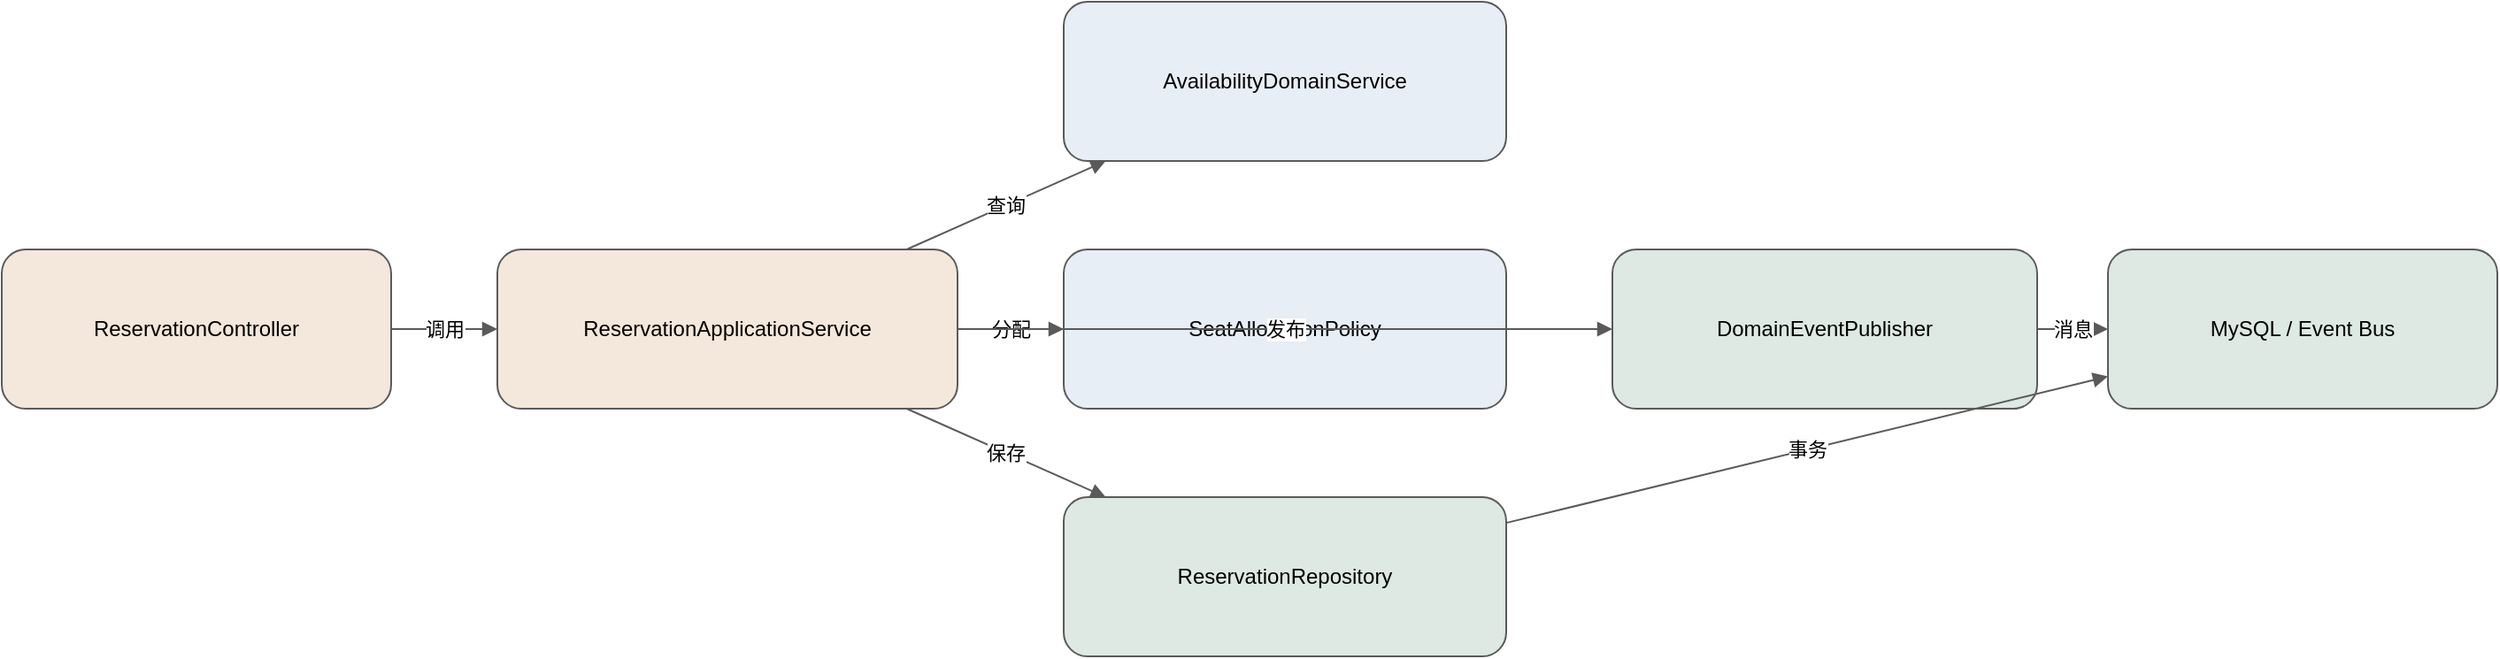
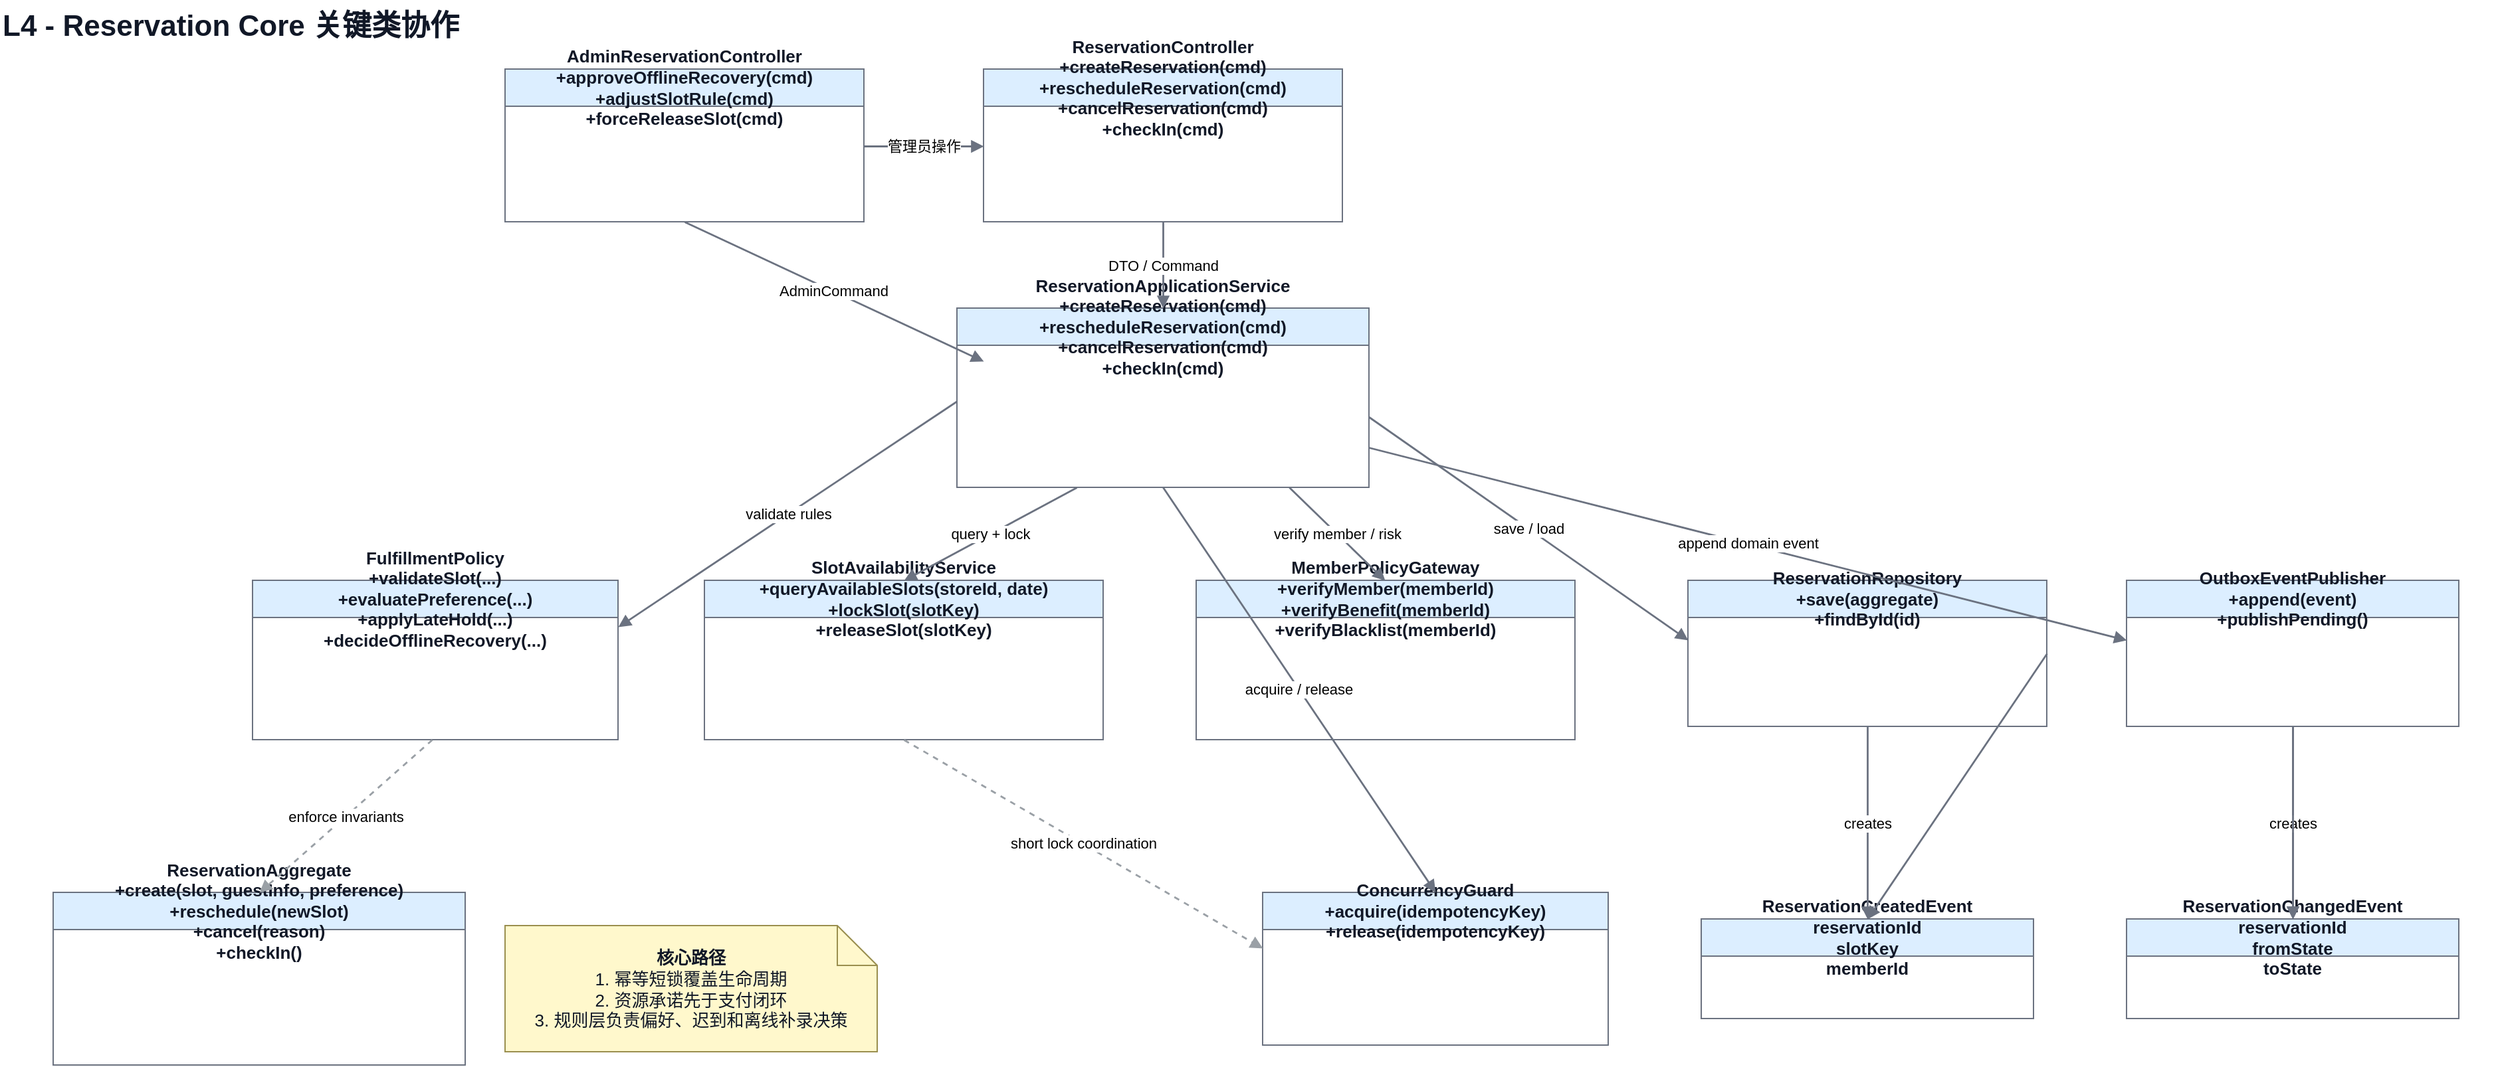
<?xml version='1.0' encoding='utf-8'?>
- <mxfile host="app.diagrams.net" modified="2026-05-07T00:00:00Z" agent="Codex" version="24.7.10">
-   <diagram id="diagram-1" name="Page-1">
-     <mxGraphModel dx="1600" dy="1200" grid="1" gridSize="10" guides="1" tooltips="1" connect="1" arrows="1" fold="1" page="1" pageScale="1" pageWidth="1654" pageHeight="1169" math="0" shadow="0">
+ <mxfile host="app.diagrams.net" modified="2026-05-12T00:00:00Z" agent="Codex" version="24.7.10">
+   <diagram id="diagram-1" name="L4 - Reservation Core 关键类协作">
+     <mxGraphModel dx="1960" dy="890" grid="1" gridSize="10" guides="1" tooltips="1" connect="1" arrows="1" fold="1" page="1" pageScale="1" pageWidth="1960" pageHeight="890" math="0" shadow="0">
      <root>
        <mxCell id="0" />
        <mxCell id="1" parent="0" />
-         <mxCell id="c1" value="ReservationController" style="rounded=1;whiteSpace=wrap;html=1;fillColor=#F4E7DB;strokeColor=#5A5A5A;" vertex="1" parent="1">
-           <mxGeometry x="70" y="320" width="220" height="90" as="geometry" />
+         <mxCell id="title" value="&lt;b&gt;L4 - Reservation Core 关键类协作&lt;/b&gt;" style="text;html=1;strokeColor=none;fillColor=none;fontSize=22;fontStyle=1;fontColor=#111827;" vertex="1" parent="1">
+           <mxGeometry x="40" y="28" width="1880" height="32" as="geometry" />
        </mxCell>
-         <mxCell id="c2" value="ReservationApplicationService" style="rounded=1;whiteSpace=wrap;html=1;fillColor=#F4E7DB;strokeColor=#5A5A5A;" vertex="1" parent="1">
-           <mxGeometry x="350" y="320" width="260" height="90" as="geometry" />
+         <mxCell id="controller" value="&lt;b&gt;ReservationController&lt;/b&gt;&lt;br&gt;+createReservation(cmd)&lt;br&gt;+rescheduleReservation(cmd)&lt;br&gt;+cancelReservation(cmd)&lt;br&gt;+checkIn(cmd)" style="swimlane;html=1;whiteSpace=wrap;rounded=0;fillColor=#DCEEFF;strokeColor=#6B7280;fontColor=#111827;fontSize=13;startSize=28;" vertex="1" parent="1">
+           <mxGeometry x="780" y="80" width="270" height="115" as="geometry" />
        </mxCell>
-         <mxCell id="c3" value="AvailabilityDomainService" style="rounded=1;whiteSpace=wrap;html=1;fillColor=#E8EEF5;strokeColor=#5A5A5A;" vertex="1" parent="1">
-           <mxGeometry x="670" y="180" width="250" height="90" as="geometry" />
+         <mxCell id="admin" value="&lt;b&gt;AdminReservationController&lt;/b&gt;&lt;br&gt;+approveOfflineRecovery(cmd)&lt;br&gt;+adjustSlotRule(cmd)&lt;br&gt;+forceReleaseSlot(cmd)" style="swimlane;html=1;whiteSpace=wrap;rounded=0;fillColor=#DCEEFF;strokeColor=#6B7280;fontColor=#111827;fontSize=13;startSize=28;" vertex="1" parent="1">
+           <mxGeometry x="420" y="80" width="270" height="115" as="geometry" />
        </mxCell>
-         <mxCell id="c4" value="SeatAllocationPolicy" style="rounded=1;whiteSpace=wrap;html=1;fillColor=#E8EEF5;strokeColor=#5A5A5A;" vertex="1" parent="1">
-           <mxGeometry x="670" y="320" width="250" height="90" as="geometry" />
+         <mxCell id="app" value="&lt;b&gt;ReservationApplicationService&lt;/b&gt;&lt;br&gt;+createReservation(cmd)&lt;br&gt;+rescheduleReservation(cmd)&lt;br&gt;+cancelReservation(cmd)&lt;br&gt;+checkIn(cmd)" style="swimlane;html=1;whiteSpace=wrap;rounded=0;fillColor=#DCEEFF;strokeColor=#6B7280;fontColor=#111827;fontSize=13;startSize=28;" vertex="1" parent="1">
+           <mxGeometry x="760" y="260" width="310" height="135" as="geometry" />
        </mxCell>
-         <mxCell id="c5" value="ReservationRepository" style="rounded=1;whiteSpace=wrap;html=1;fillColor=#DDE9E2;strokeColor=#5A5A5A;" vertex="1" parent="1">
-           <mxGeometry x="670" y="460" width="250" height="90" as="geometry" />
+         <mxCell id="fulfillment" value="&lt;b&gt;FulfillmentPolicy&lt;/b&gt;&lt;br&gt;+validateSlot(...)&lt;br&gt;+evaluatePreference(...)&lt;br&gt;+applyLateHold(...)&lt;br&gt;+decideOfflineRecovery(...)" style="swimlane;html=1;whiteSpace=wrap;rounded=0;fillColor=#DCEEFF;strokeColor=#6B7280;fontColor=#111827;fontSize=13;startSize=28;" vertex="1" parent="1">
+           <mxGeometry x="230" y="465" width="275" height="120" as="geometry" />
        </mxCell>
-         <mxCell id="c6" value="DomainEventPublisher" style="rounded=1;whiteSpace=wrap;html=1;fillColor=#DDE9E2;strokeColor=#5A5A5A;" vertex="1" parent="1">
-           <mxGeometry x="980" y="320" width="240" height="90" as="geometry" />
+         <mxCell id="slot" value="&lt;b&gt;SlotAvailabilityService&lt;/b&gt;&lt;br&gt;+queryAvailableSlots(storeId, date)&lt;br&gt;+lockSlot(slotKey)&lt;br&gt;+releaseSlot(slotKey)" style="swimlane;html=1;whiteSpace=wrap;rounded=0;fillColor=#DCEEFF;strokeColor=#6B7280;fontColor=#111827;fontSize=13;startSize=28;" vertex="1" parent="1">
+           <mxGeometry x="570" y="465" width="300" height="120" as="geometry" />
        </mxCell>
-         <mxCell id="c7" value="MySQL / Event Bus" style="rounded=1;whiteSpace=wrap;html=1;fillColor=#DDE9E2;strokeColor=#5A5A5A;" vertex="1" parent="1">
-           <mxGeometry x="1260" y="320" width="220" height="90" as="geometry" />
+         <mxCell id="member" value="&lt;b&gt;MemberPolicyGateway&lt;/b&gt;&lt;br&gt;+verifyMember(memberId)&lt;br&gt;+verifyBenefit(memberId)&lt;br&gt;+verifyBlacklist(memberId)" style="swimlane;html=1;whiteSpace=wrap;rounded=0;fillColor=#DCEEFF;strokeColor=#6B7280;fontColor=#111827;fontSize=13;startSize=28;" vertex="1" parent="1">
+           <mxGeometry x="940" y="465" width="285" height="120" as="geometry" />
        </mxCell>
-         <mxCell id="e1" value="调用" style="endArrow=block;html=1;rounded=0;strokeColor=#5A5A5A;" edge="1" parent="1" source="c1" target="c2">
-           <mxGeometry relative="1" as="geometry" />
+         <mxCell id="repo" value="&lt;b&gt;ReservationRepository&lt;/b&gt;&lt;br&gt;+save(aggregate)&lt;br&gt;+findById(id)" style="swimlane;html=1;whiteSpace=wrap;rounded=0;fillColor=#DCEEFF;strokeColor=#6B7280;fontColor=#111827;fontSize=13;startSize=28;" vertex="1" parent="1">
+           <mxGeometry x="1310" y="465" width="270" height="110" as="geometry" />
        </mxCell>
-         <mxCell id="e2" value="查询" style="endArrow=block;html=1;rounded=0;strokeColor=#5A5A5A;" edge="1" parent="1" source="c2" target="c3">
-           <mxGeometry relative="1" as="geometry" />
+         <mxCell id="outbox" value="&lt;b&gt;OutboxEventPublisher&lt;/b&gt;&lt;br&gt;+append(event)&lt;br&gt;+publishPending()" style="swimlane;html=1;whiteSpace=wrap;rounded=0;fillColor=#DCEEFF;strokeColor=#6B7280;fontColor=#111827;fontSize=13;startSize=28;" vertex="1" parent="1">
+           <mxGeometry x="1640" y="465" width="250" height="110" as="geometry" />
        </mxCell>
-         <mxCell id="e3" value="分配" style="endArrow=block;html=1;rounded=0;strokeColor=#5A5A5A;" edge="1" parent="1" source="c2" target="c4">
-           <mxGeometry relative="1" as="geometry" />
+         <mxCell id="aggregate" value="&lt;b&gt;ReservationAggregate&lt;/b&gt;&lt;br&gt;+create(slot, guestInfo, preference)&lt;br&gt;+reschedule(newSlot)&lt;br&gt;+cancel(reason)&lt;br&gt;+checkIn()" style="swimlane;html=1;whiteSpace=wrap;rounded=0;fillColor=#DCEEFF;strokeColor=#6B7280;fontColor=#111827;fontSize=13;startSize=28;" vertex="1" parent="1">
+           <mxGeometry x="80" y="700" width="310" height="130" as="geometry" />
        </mxCell>
-         <mxCell id="e4" value="保存" style="endArrow=block;html=1;rounded=0;strokeColor=#5A5A5A;" edge="1" parent="1" source="c2" target="c5">
-           <mxGeometry relative="1" as="geometry" />
+         <mxCell id="guard" value="&lt;b&gt;ConcurrencyGuard&lt;/b&gt;&lt;br&gt;+acquire(idempotencyKey)&lt;br&gt;+release(idempotencyKey)" style="swimlane;html=1;whiteSpace=wrap;rounded=0;fillColor=#DCEEFF;strokeColor=#6B7280;fontColor=#111827;fontSize=13;startSize=28;" vertex="1" parent="1">
+           <mxGeometry x="990" y="700" width="260" height="115" as="geometry" />
        </mxCell>
-         <mxCell id="e5" value="发布" style="endArrow=block;html=1;rounded=0;strokeColor=#5A5A5A;" edge="1" parent="1" source="c2" target="c6">
-           <mxGeometry relative="1" as="geometry" />
+         <mxCell id="event1" value="&lt;b&gt;ReservationCreatedEvent&lt;/b&gt;&lt;br&gt;reservationId&lt;br&gt;slotKey&lt;br&gt;memberId" style="swimlane;html=1;whiteSpace=wrap;rounded=0;fillColor=#DCEEFF;strokeColor=#6B7280;fontColor=#111827;fontSize=13;startSize=28;" vertex="1" parent="1">
+           <mxGeometry x="1320" y="720" width="250" height="75" as="geometry" />
        </mxCell>
-         <mxCell id="e6" value="事务" style="endArrow=block;html=1;rounded=0;strokeColor=#5A5A5A;" edge="1" parent="1" source="c5" target="c7">
-           <mxGeometry relative="1" as="geometry" />
+         <mxCell id="event2" value="&lt;b&gt;ReservationChangedEvent&lt;/b&gt;&lt;br&gt;reservationId&lt;br&gt;fromState&lt;br&gt;toState" style="swimlane;html=1;whiteSpace=wrap;rounded=0;fillColor=#DCEEFF;strokeColor=#6B7280;fontColor=#111827;fontSize=13;startSize=28;" vertex="1" parent="1">
+           <mxGeometry x="1640" y="720" width="250" height="75" as="geometry" />
        </mxCell>
-         <mxCell id="e7" value="消息" style="endArrow=block;html=1;rounded=0;strokeColor=#5A5A5A;" edge="1" parent="1" source="c6" target="c7">
-           <mxGeometry relative="1" as="geometry" />
+         <mxCell id="note" value="&lt;b&gt;核心路径&lt;/b&gt;&lt;br&gt;1. 幂等短锁覆盖生命周期&lt;br&gt;2. 资源承诺先于支付闭环&lt;br&gt;3. 规则层负责偏好、迟到和离线补录决策" style="shape=note;whiteSpace=wrap;html=1;fillColor=#FFF8CC;strokeColor=#9A8F4F;fontColor=#111827;fontSize=13;" vertex="1" parent="1">
+           <mxGeometry x="420" y="725" width="280" height="95" as="geometry" />
+         </mxCell>
+         <mxCell id="edge_1" value="管理员操作" style="endArrow=block;html=1;rounded=0;strokeWidth=1.4;strokeColor=#6B7280;" edge="1" parent="1">
+           <mxGeometry relative="1" as="geometry">
+             <mxPoint x="690" y="138" as="sourcePoint" />
+             <mxPoint x="780" y="138" as="targetPoint" />
+           </mxGeometry>
+         </mxCell>
+         <mxCell id="edge_2" value="AdminCommand" style="endArrow=block;html=1;rounded=0;strokeWidth=1.4;strokeColor=#6B7280;" edge="1" parent="1">
+           <mxGeometry relative="1" as="geometry">
+             <mxPoint x="555" y="195" as="sourcePoint" />
+             <mxPoint x="780" y="300" as="targetPoint" />
+           </mxGeometry>
+         </mxCell>
+         <mxCell id="edge_3" value="DTO / Command" style="endArrow=block;html=1;rounded=0;strokeWidth=1.4;strokeColor=#6B7280;" edge="1" parent="1">
+           <mxGeometry relative="1" as="geometry">
+             <mxPoint x="915" y="195" as="sourcePoint" />
+             <mxPoint x="915" y="260" as="targetPoint" />
+           </mxGeometry>
+         </mxCell>
+         <mxCell id="edge_4" value="validate rules" style="endArrow=block;html=1;rounded=0;strokeWidth=1.4;strokeColor=#6B7280;" edge="1" parent="1">
+           <mxGeometry relative="1" as="geometry">
+             <mxPoint x="760" y="330" as="sourcePoint" />
+             <mxPoint x="505" y="500" as="targetPoint" />
+           </mxGeometry>
+         </mxCell>
+         <mxCell id="edge_5" value="query + lock" style="endArrow=block;html=1;rounded=0;strokeWidth=1.4;strokeColor=#6B7280;" edge="1" parent="1">
+           <mxGeometry relative="1" as="geometry">
+             <mxPoint x="850" y="395" as="sourcePoint" />
+             <mxPoint x="720" y="465" as="targetPoint" />
+           </mxGeometry>
+         </mxCell>
+         <mxCell id="edge_6" value="verify member / risk" style="endArrow=block;html=1;rounded=0;strokeWidth=1.4;strokeColor=#6B7280;" edge="1" parent="1">
+           <mxGeometry relative="1" as="geometry">
+             <mxPoint x="1010" y="395" as="sourcePoint" />
+             <mxPoint x="1082" y="465" as="targetPoint" />
+           </mxGeometry>
+         </mxCell>
+         <mxCell id="edge_7" value="save / load" style="endArrow=block;html=1;rounded=0;strokeWidth=1.4;strokeColor=#6B7280;" edge="1" parent="1">
+           <mxGeometry relative="1" as="geometry">
+             <mxPoint x="1070" y="342" as="sourcePoint" />
+             <mxPoint x="1310" y="510" as="targetPoint" />
+           </mxGeometry>
+         </mxCell>
+         <mxCell id="edge_8" value="append domain event" style="endArrow=block;html=1;rounded=0;strokeWidth=1.4;strokeColor=#6B7280;" edge="1" parent="1">
+           <mxGeometry relative="1" as="geometry">
+             <mxPoint x="1070" y="365" as="sourcePoint" />
+             <mxPoint x="1640" y="510" as="targetPoint" />
+           </mxGeometry>
+         </mxCell>
+         <mxCell id="edge_9" value="enforce invariants" style="endArrow=block;html=1;rounded=0;strokeWidth=1.4;strokeColor=#9AA0A6;dashed=1;" edge="1" parent="1">
+           <mxGeometry relative="1" as="geometry">
+             <mxPoint x="365" y="585" as="sourcePoint" />
+             <mxPoint x="235" y="700" as="targetPoint" />
+           </mxGeometry>
+         </mxCell>
+         <mxCell id="edge_10" value="short lock coordination" style="endArrow=block;html=1;rounded=0;strokeWidth=1.4;strokeColor=#9AA0A6;dashed=1;" edge="1" parent="1">
+           <mxGeometry relative="1" as="geometry">
+             <mxPoint x="720" y="585" as="sourcePoint" />
+             <mxPoint x="990" y="742" as="targetPoint" />
+           </mxGeometry>
+         </mxCell>
+         <mxCell id="edge_11" value="acquire / release" style="endArrow=block;html=1;rounded=0;strokeWidth=1.4;strokeColor=#6B7280;" edge="1" parent="1">
+           <mxGeometry relative="1" as="geometry">
+             <mxPoint x="915" y="395" as="sourcePoint" />
+             <mxPoint x="1120" y="700" as="targetPoint" />
+           </mxGeometry>
+         </mxCell>
+         <mxCell id="edge_12" value="creates" style="endArrow=block;html=1;rounded=0;strokeWidth=1.4;strokeColor=#6B7280;" edge="1" parent="1">
+           <mxGeometry relative="1" as="geometry">
+             <mxPoint x="1445" y="575" as="sourcePoint" />
+             <mxPoint x="1445" y="720" as="targetPoint" />
+           </mxGeometry>
+         </mxCell>
+         <mxCell id="edge_13" value="creates" style="endArrow=block;html=1;rounded=0;strokeWidth=1.4;strokeColor=#6B7280;" edge="1" parent="1">
+           <mxGeometry relative="1" as="geometry">
+             <mxPoint x="1765" y="575" as="sourcePoint" />
+             <mxPoint x="1765" y="720" as="targetPoint" />
+           </mxGeometry>
+         </mxCell>
+         <mxCell id="edge_14" value="" style="endArrow=block;html=1;rounded=0;strokeWidth=1.4;strokeColor=#6B7280;" edge="1" parent="1">
+           <mxGeometry relative="1" as="geometry">
+             <mxPoint x="1580" y="520" as="sourcePoint" />
+             <mxPoint x="1445" y="720" as="targetPoint" />
+           </mxGeometry>
+         </mxCell>
+         <mxCell id="edge_15" value="" style="endArrow=block;html=1;rounded=0;strokeWidth=1.4;strokeColor=#6B7280;" edge="1" parent="1">
+           <mxGeometry relative="1" as="geometry">
+             <mxPoint x="1765" y="575" as="sourcePoint" />
+             <mxPoint x="1765" y="720" as="targetPoint" />
+           </mxGeometry>
        </mxCell>
      </root>
    </mxGraphModel>
  </diagram>
</mxfile>